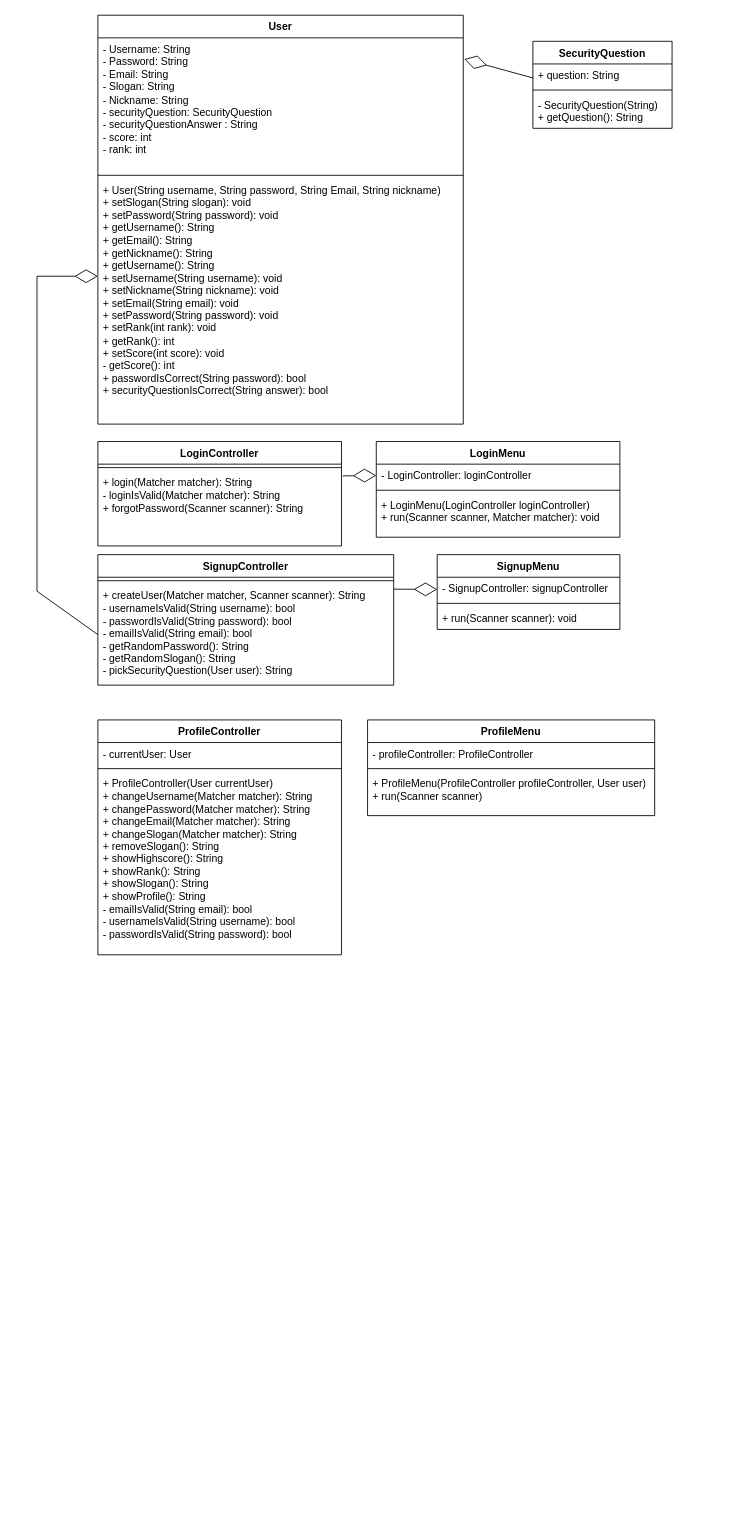
Earlier version of the draw.io diagram Untitled Diagram.drawio (alirezaAalaie/advanced-programming-sut-2023). Source tidied: cells renumbered, new cells numbered last; positions are measured from the earlier drawing's top-left corner, leaving out a move shared by most shapes. Both pictures are drawn from the tidied source at 87%, with x=0, y=0 at pixel (37, 15).
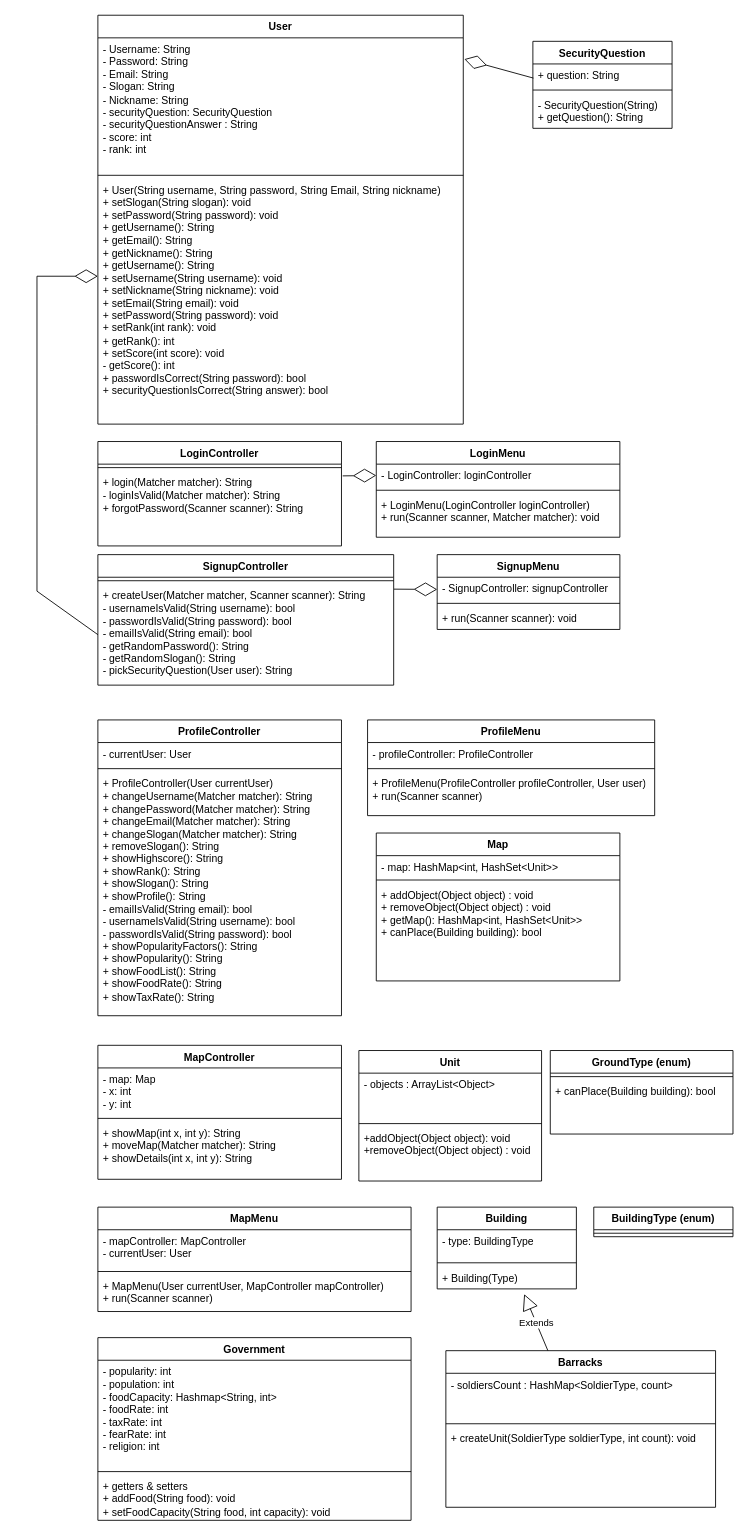
The same diagram, later.

Change to the diagram source:
```diff
@@
     <mxCell id="28" value="ProfileController" style="swimlane;fontStyle=1;align=center;verticalAlign=top;horizontal=1;startSize=26;whiteSpace=wrap;html=1;" parent="1" vertex="1">
-      <mxGeometry x="70" y="810" width="280" height="270" as="geometry" />
+      <mxGeometry x="70" y="810" width="280" height="340" as="geometry" />
     </mxCell>
@@
-    <mxCell id="31" value="+ ProfileController(User currentUser)&lt;br&gt;+ changeUsername(Matcher matcher): String&lt;br&gt;+ changePassword(Matcher matcher): String&lt;br&gt;+ changeEmail(Matcher matcher): String&lt;br&gt;+ changeSlogan(Matcher matcher): String&lt;br&gt;+ removeSlogan(): String&lt;br&gt;+ showHighscore(): String&lt;br&gt;+ showRank(): String&lt;br&gt;+ showSlogan(): String&lt;br&gt;+ showProfile(): String&lt;br&gt;- emailIsValid(String email): bool&lt;br&gt;- usernameIsValid(String username): bool&lt;br&gt;- passwordIsValid(String password): bool" style="text;strokeColor=none;fillColor=none;align=left;verticalAlign=top;spacingLeft=4;spacingRight=4;overflow=hidden;whiteSpace=wrap;html=1;" parent="28" vertex="1">
-      <mxGeometry y="60" width="280" height="210" as="geometry" />
+    <mxCell id="31" value="+ ProfileController(User currentUser)&lt;br&gt;+ changeUsername(Matcher matcher): String&lt;br&gt;+ changePassword(Matcher matcher): String&lt;br&gt;+ changeEmail(Matcher matcher): String&lt;br&gt;+ changeSlogan(Matcher matcher): String&lt;br&gt;+ removeSlogan(): String&lt;br&gt;+ showHighscore(): String&lt;br&gt;+ showRank(): String&lt;br&gt;+ showSlogan(): String&lt;br&gt;+ showProfile(): String&lt;br&gt;- emailIsValid(String email): bool&lt;br&gt;- usernameIsValid(String username): bool&lt;br&gt;- passwordIsValid(String password): bool&lt;br&gt;+ showPopularityFactors(): String&lt;br style=&quot;border-color: var(--border-color);&quot;&gt;+ showPopularity(): String&lt;br style=&quot;border-color: var(--border-color);&quot;&gt;+ showFoodList(): String&lt;br style=&quot;border-color: var(--border-color);&quot;&gt;+ showFoodRate(): String&lt;br style=&quot;border-color: var(--border-color);&quot;&gt;+ showTaxRate(): String" style="text;strokeColor=none;fillColor=none;align=left;verticalAlign=top;spacingLeft=4;spacingRight=4;overflow=hidden;whiteSpace=wrap;html=1;" parent="28" vertex="1">
+      <mxGeometry y="60" width="280" height="280" as="geometry" />
     </mxCell>
@@
+    <mxCell id="36" value="Map" style="swimlane;fontStyle=1;align=center;verticalAlign=top;horizontal=1;startSize=26;whiteSpace=wrap;html=1;" parent="1" vertex="1">
+      <mxGeometry x="390" y="940" width="280" height="170" as="geometry" />
+    </mxCell>
+    <mxCell id="37" value="- map: HashMap&amp;lt;int, HashSet&amp;lt;Unit&amp;gt;&amp;gt;&amp;nbsp;&lt;br&gt;&amp;nbsp;" style="text;strokeColor=none;fillColor=none;align=left;verticalAlign=top;spacingLeft=4;spacingRight=4;overflow=hidden;whiteSpace=wrap;html=1;" parent="36" vertex="1">
+      <mxGeometry y="26" width="280" height="24" as="geometry" />
+    </mxCell>
+    <mxCell id="38" style="line;strokeWidth=1;fillColor=none;align=left;verticalAlign=middle;spacingTop=-1;spacingLeft=3;spacingRight=3;labelPosition=right;strokeColor=inherit;" parent="36" vertex="1">
+      <mxGeometry y="50" width="280" height="8" as="geometry" />
+    </mxCell>
+    <mxCell id="39" value="+ addObject(Object object) : void&lt;br&gt;+ removeObject(Object object) : void&lt;br&gt;+ getMap(): HashMap&amp;lt;int, HashSet&amp;lt;Unit&amp;gt;&amp;gt;&lt;br&gt;+ canPlace(Building building): bool&lt;br&gt;&amp;nbsp;" style="text;strokeColor=none;fillColor=none;align=left;verticalAlign=top;spacingLeft=4;spacingRight=4;overflow=hidden;whiteSpace=wrap;html=1;" parent="36" vertex="1">
+      <mxGeometry y="58" width="280" height="112" as="geometry" />
+    </mxCell>
+    <mxCell id="40" value="Unit" style="swimlane;fontStyle=1;align=center;verticalAlign=top;horizontal=1;startSize=26;whiteSpace=wrap;html=1;" parent="1" vertex="1">
+      <mxGeometry x="370" y="1190" width="210" height="150" as="geometry" />
+    </mxCell>
+    <mxCell id="41" value="- objects : ArrayList&amp;lt;Object&amp;gt;&lt;br&gt;" style="text;strokeColor=none;fillColor=none;align=left;verticalAlign=top;spacingLeft=4;spacingRight=4;overflow=hidden;whiteSpace=wrap;html=1;" parent="40" vertex="1">
+      <mxGeometry y="26" width="210" height="54" as="geometry" />
+    </mxCell>
+    <mxCell id="42" style="line;strokeWidth=1;fillColor=none;align=left;verticalAlign=middle;spacingTop=-1;spacingLeft=3;spacingRight=3;labelPosition=right;strokeColor=inherit;" parent="40" vertex="1">
+      <mxGeometry y="80" width="210" height="8" as="geometry" />
+    </mxCell>
+    <mxCell id="43" value="+addObject(Object object): void&lt;br&gt;+removeObject(Object object) : void&lt;br&gt;" style="text;strokeColor=none;fillColor=none;align=left;verticalAlign=top;spacingLeft=4;spacingRight=4;overflow=hidden;whiteSpace=wrap;html=1;" parent="40" vertex="1">
+      <mxGeometry y="88" width="210" height="62" as="geometry" />
+    </mxCell>
+    <mxCell id="44" value="MapController" style="swimlane;fontStyle=1;align=center;verticalAlign=top;horizontal=1;startSize=26;whiteSpace=wrap;html=1;" parent="1" vertex="1">
+      <mxGeometry x="70" y="1184" width="280" height="154" as="geometry" />
+    </mxCell>
+    <mxCell id="45" value="- map: Map&lt;br&gt;- x: int&lt;br&gt;- y: int&amp;nbsp;&lt;br&gt;&amp;nbsp;" style="text;strokeColor=none;fillColor=none;align=left;verticalAlign=top;spacingLeft=4;spacingRight=4;overflow=hidden;whiteSpace=wrap;html=1;" parent="44" vertex="1">
+      <mxGeometry y="26" width="280" height="54" as="geometry" />
+    </mxCell>
+    <mxCell id="46" style="line;strokeWidth=1;fillColor=none;align=left;verticalAlign=middle;spacingTop=-1;spacingLeft=3;spacingRight=3;labelPosition=right;strokeColor=inherit;" parent="44" vertex="1">
+      <mxGeometry y="80" width="280" height="8" as="geometry" />
+    </mxCell>
+    <mxCell id="47" value="+ showMap(int x, int y): String&lt;br&gt;+ moveMap(Matcher matcher): String&lt;br&gt;+ showDetails(int x, int y): String&lt;br&gt;" style="text;strokeColor=none;fillColor=none;align=left;verticalAlign=top;spacingLeft=4;spacingRight=4;overflow=hidden;whiteSpace=wrap;html=1;" parent="44" vertex="1">
+      <mxGeometry y="88" width="280" height="66" as="geometry" />
+    </mxCell>
+    <mxCell id="48" value="MapMenu" style="swimlane;fontStyle=1;align=center;verticalAlign=top;horizontal=1;startSize=26;whiteSpace=wrap;html=1;" parent="1" vertex="1">
+      <mxGeometry x="70" y="1370" width="360" height="120" as="geometry" />
+    </mxCell>
+    <mxCell id="49" value="- mapController: MapController&lt;br&gt;- currentUser: User" style="text;strokeColor=none;fillColor=none;align=left;verticalAlign=top;spacingLeft=4;spacingRight=4;overflow=hidden;whiteSpace=wrap;html=1;" parent="48" vertex="1">
+      <mxGeometry y="26" width="360" height="44" as="geometry" />
+    </mxCell>
+    <mxCell id="50" style="line;strokeWidth=1;fillColor=none;align=left;verticalAlign=middle;spacingTop=-1;spacingLeft=3;spacingRight=3;labelPosition=right;strokeColor=inherit;" parent="48" vertex="1">
+      <mxGeometry y="70" width="360" height="8" as="geometry" />
+    </mxCell>
+    <mxCell id="51" value="+ MapMenu(User currentUser, MapController mapController)&lt;br&gt;+ run(Scanner scanner)" style="text;strokeColor=none;fillColor=none;align=left;verticalAlign=top;spacingLeft=4;spacingRight=4;overflow=hidden;whiteSpace=wrap;html=1;" parent="48" vertex="1">
+      <mxGeometry y="78" width="360" height="42" as="geometry" />
+    </mxCell>
+    <mxCell id="52" value="Government" style="swimlane;fontStyle=1;align=center;verticalAlign=top;horizontal=1;startSize=26;whiteSpace=wrap;html=1;" parent="1" vertex="1">
+      <mxGeometry x="70" y="1520" width="360" height="210" as="geometry" />
+    </mxCell>
+    <mxCell id="53" value="- popularity: int&lt;br&gt;- population: int&lt;br&gt;- foodCapacity: Hashmap&amp;lt;String, int&amp;gt;&lt;br&gt;- foodRate: int&lt;br&gt;- taxRate: int&lt;br&gt;- fearRate: int&lt;br&gt;- religion: int" style="text;strokeColor=none;fillColor=none;align=left;verticalAlign=top;spacingLeft=4;spacingRight=4;overflow=hidden;whiteSpace=wrap;html=1;" parent="52" vertex="1">
+      <mxGeometry y="26" width="360" height="124" as="geometry" />
+    </mxCell>
+    <mxCell id="54" style="line;strokeWidth=1;fillColor=none;align=left;verticalAlign=middle;spacingTop=-1;spacingLeft=3;spacingRight=3;labelPosition=right;strokeColor=inherit;" parent="52" vertex="1">
+      <mxGeometry y="150" width="360" height="8" as="geometry" />
+    </mxCell>
+    <mxCell id="55" value="+ getters &amp;amp; setters&lt;br&gt;+ addFood(String food): void&lt;br&gt;+ setFoodCapacity(String food, int capacity): void&amp;nbsp;" style="text;strokeColor=none;fillColor=none;align=left;verticalAlign=top;spacingLeft=4;spacingRight=4;overflow=hidden;whiteSpace=wrap;html=1;" parent="52" vertex="1">
+      <mxGeometry y="158" width="360" height="52" as="geometry" />
+    </mxCell>
+    <mxCell id="56" value="GroundType (enum)" style="swimlane;fontStyle=1;align=center;verticalAlign=top;horizontal=1;startSize=26;whiteSpace=wrap;html=1;" parent="1" vertex="1">
+      <mxGeometry x="590" y="1190" width="210" height="96" as="geometry" />
+    </mxCell>
+    <mxCell id="57" style="line;strokeWidth=1;fillColor=none;align=left;verticalAlign=middle;spacingTop=-1;spacingLeft=3;spacingRight=3;labelPosition=right;strokeColor=inherit;" parent="56" vertex="1">
+      <mxGeometry y="26" width="210" height="8" as="geometry" />
+    </mxCell>
+    <mxCell id="58" value="+ canPlace(Building building): bool" style="text;strokeColor=none;fillColor=none;align=left;verticalAlign=top;spacingLeft=4;spacingRight=4;overflow=hidden;whiteSpace=wrap;html=1;" parent="56" vertex="1">
+      <mxGeometry y="34" width="210" height="62" as="geometry" />
+    </mxCell>
+    <mxCell id="59" value="Building" style="swimlane;fontStyle=1;align=center;verticalAlign=top;horizontal=1;startSize=26;whiteSpace=wrap;html=1;" parent="1" vertex="1">
+      <mxGeometry x="460" y="1370" width="160" height="94" as="geometry" />
+    </mxCell>
+    <mxCell id="60" value="- type: BuildingType" style="text;strokeColor=none;fillColor=none;align=left;verticalAlign=top;spacingLeft=4;spacingRight=4;overflow=hidden;whiteSpace=wrap;html=1;" parent="59" vertex="1">
+      <mxGeometry y="26" width="160" height="34" as="geometry" />
+    </mxCell>
+    <mxCell id="61" style="line;strokeWidth=1;fillColor=none;align=left;verticalAlign=middle;spacingTop=-1;spacingLeft=3;spacingRight=3;labelPosition=right;strokeColor=inherit;" parent="59" vertex="1">
+      <mxGeometry y="60" width="160" height="8" as="geometry" />
+    </mxCell>
+    <mxCell id="62" value="+ Building(Type)" style="text;strokeColor=none;fillColor=none;align=left;verticalAlign=top;spacingLeft=4;spacingRight=4;overflow=hidden;points=[[0,0.5],[1,0.5]];portConstraint=eastwest;whiteSpace=wrap;html=1;" parent="59" vertex="1">
+      <mxGeometry y="68" width="160" height="26" as="geometry" />
+    </mxCell>
+    <mxCell id="63" value="BuildingType (enum)" style="swimlane;fontStyle=1;align=center;verticalAlign=top;horizontal=1;startSize=26;whiteSpace=wrap;html=1;" parent="1" vertex="1">
+      <mxGeometry x="640" y="1370" width="160" height="34" as="geometry" />
+    </mxCell>
+    <mxCell id="64" style="line;strokeWidth=1;fillColor=none;align=left;verticalAlign=middle;spacingTop=-1;spacingLeft=3;spacingRight=3;labelPosition=right;strokeColor=inherit;" parent="63" vertex="1">
+      <mxGeometry y="26" width="160" height="8" as="geometry" />
+    </mxCell>
+    <mxCell id="65" value="Barracks" style="swimlane;fontStyle=1;align=center;verticalAlign=top;horizontal=1;startSize=26;whiteSpace=wrap;html=1;" parent="1" vertex="1">
+      <mxGeometry x="470" y="1535" width="310" height="180" as="geometry" />
+    </mxCell>
+    <mxCell id="66" value="- soldiersCount : HashMap&amp;lt;SoldierType, count&amp;gt;" style="text;strokeColor=none;fillColor=none;align=left;verticalAlign=top;spacingLeft=4;spacingRight=4;overflow=hidden;whiteSpace=wrap;html=1;" parent="65" vertex="1">
+      <mxGeometry y="26" width="310" height="54" as="geometry" />
+    </mxCell>
+    <mxCell id="67" style="line;strokeWidth=1;fillColor=none;align=left;verticalAlign=middle;spacingTop=-1;spacingLeft=3;spacingRight=3;labelPosition=right;strokeColor=inherit;" parent="65" vertex="1">
+      <mxGeometry y="80" width="310" height="8" as="geometry" />
+    </mxCell>
+    <mxCell id="68" value="+ createUnit(SoldierType soldierType, int count): void&lt;br&gt;" style="text;strokeColor=none;fillColor=none;align=left;verticalAlign=top;spacingLeft=4;spacingRight=4;overflow=hidden;whiteSpace=wrap;html=1;" parent="65" vertex="1">
+      <mxGeometry y="88" width="310" height="92" as="geometry" />
+    </mxCell>
+    <mxCell id="69" value="Extends" style="endArrow=block;endSize=16;endFill=0;html=1;rounded=0;entryX=0.625;entryY=1.231;entryDx=0;entryDy=0;entryPerimeter=0;" parent="1" edge="1" source="65" target="62">
+      <mxGeometry relative="1" as="geometry" />
+    </mxCell>
```
